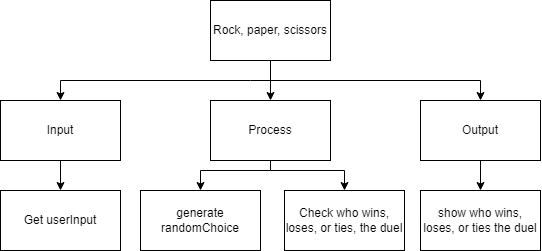
Above: Drawio/Topdown.png in JacksonNaufal/ics4u-assignment-2-ERROR--typescript (draw.io), before the change. Source tidied: cells renumbered, new cells last; positions are measured from the earlier drawing's top-left corner, leaving out a move shared by most shapes.
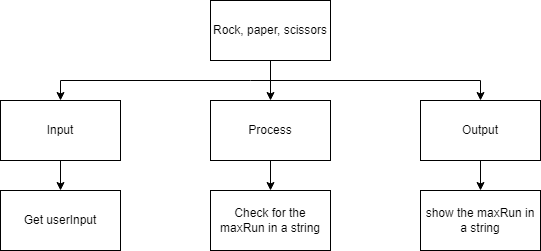
Later version of the same file.

Change to the diagram source:
```diff
@@ -30,26 +30,8 @@
     <mxCell id="7" value="Rock, paper, scissors" style="rounded=0;whiteSpace=wrap;html=1;" parent="1" vertex="1">
       <mxGeometry x="210" width="120" height="60" as="geometry" />
     </mxCell>
-    <mxCell id="8" style="edgeStyle=none;html=1;entryX=0.5;entryY=0;entryDx=0;entryDy=0;rounded=0;" parent="1" edge="1" target="15">
-      <mxGeometry relative="1" as="geometry">
-        <mxPoint x="270" y="170" as="sourcePoint" />
-        <Array as="points">
-          <mxPoint x="200" y="170" />
-        </Array>
-      </mxGeometry>
-    </mxCell>
-    <mxCell id="9" style="edgeStyle=none;html=1;endArrow=none;endFill=0;" parent="1" edge="1" source="11">
-      <mxGeometry relative="1" as="geometry">
-        <mxPoint x="270" y="170" as="targetPoint" />
-      </mxGeometry>
-    </mxCell>
-    <mxCell id="10" style="edgeStyle=none;rounded=0;html=1;endArrow=classic;endFill=1;entryX=0.5;entryY=0;entryDx=0;entryDy=0;" parent="1" edge="1" target="17">
-      <mxGeometry relative="1" as="geometry">
-        <mxPoint x="270" y="170" as="sourcePoint" />
-        <Array as="points">
-          <mxPoint x="344" y="170" />
-        </Array>
-      </mxGeometry>
+    <mxCell id="10" style="edgeStyle=none;html=1;entryX=0.5;entryY=0;entryDx=0;entryDy=0;" parent="1" edge="1" source="11" target="17">
+      <mxGeometry relative="1" as="geometry" />
     </mxCell>
     <mxCell id="11" value="Process" style="rounded=0;whiteSpace=wrap;html=1;" parent="1" vertex="1">
       <mxGeometry x="210" y="100" width="120" height="60" as="geometry" />
@@ -63,14 +45,11 @@
     <mxCell id="14" value="Get userInput" style="rounded=0;whiteSpace=wrap;html=1;" parent="1" vertex="1">
       <mxGeometry y="190" width="120" height="60" as="geometry" />
     </mxCell>
-    <mxCell id="15" value="generate randomChoice" style="rounded=0;whiteSpace=wrap;html=1;" parent="1" vertex="1">
-      <mxGeometry x="140" y="190" width="120" height="60" as="geometry" />
-    </mxCell>
-    <mxCell id="16" value="show who wins, loses, or ties the duel" style="rounded=0;whiteSpace=wrap;html=1;" parent="1" vertex="1">
+    <mxCell id="16" value="show the maxRun in a string" style="rounded=0;whiteSpace=wrap;html=1;" parent="1" vertex="1">
       <mxGeometry x="420" y="190" width="120" height="60" as="geometry" />
     </mxCell>
-    <mxCell id="17" value="Check who wins, loses, or ties, the duel" style="rounded=0;whiteSpace=wrap;html=1;" parent="1" vertex="1">
-      <mxGeometry x="284" y="190" width="120" height="60" as="geometry" />
+    <mxCell id="17" value="Check for the maxRun in a string" style="rounded=0;whiteSpace=wrap;html=1;" parent="1" vertex="1">
+      <mxGeometry x="210" y="190" width="120" height="60" as="geometry" />
     </mxCell>
   </root>
 </mxGraphModel>
```
